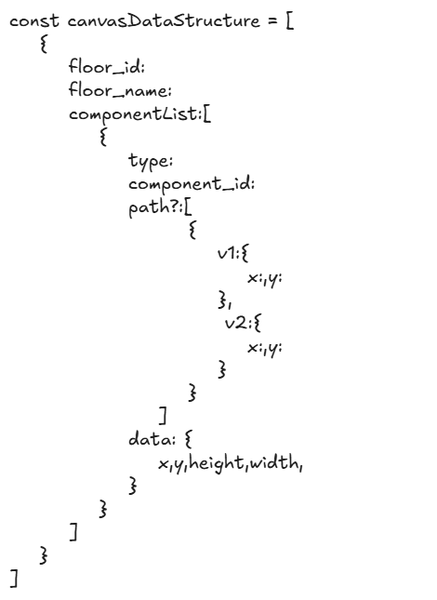
Earlier version of the Excalidraw export canvasDataStrusture.excalidraw.png (Rounak-186/floor-map-maker). Source tidied: one line per element, renumbered; positions are measured from the earlier drawing's top-left corner, leaving out a move shared by most shapes.
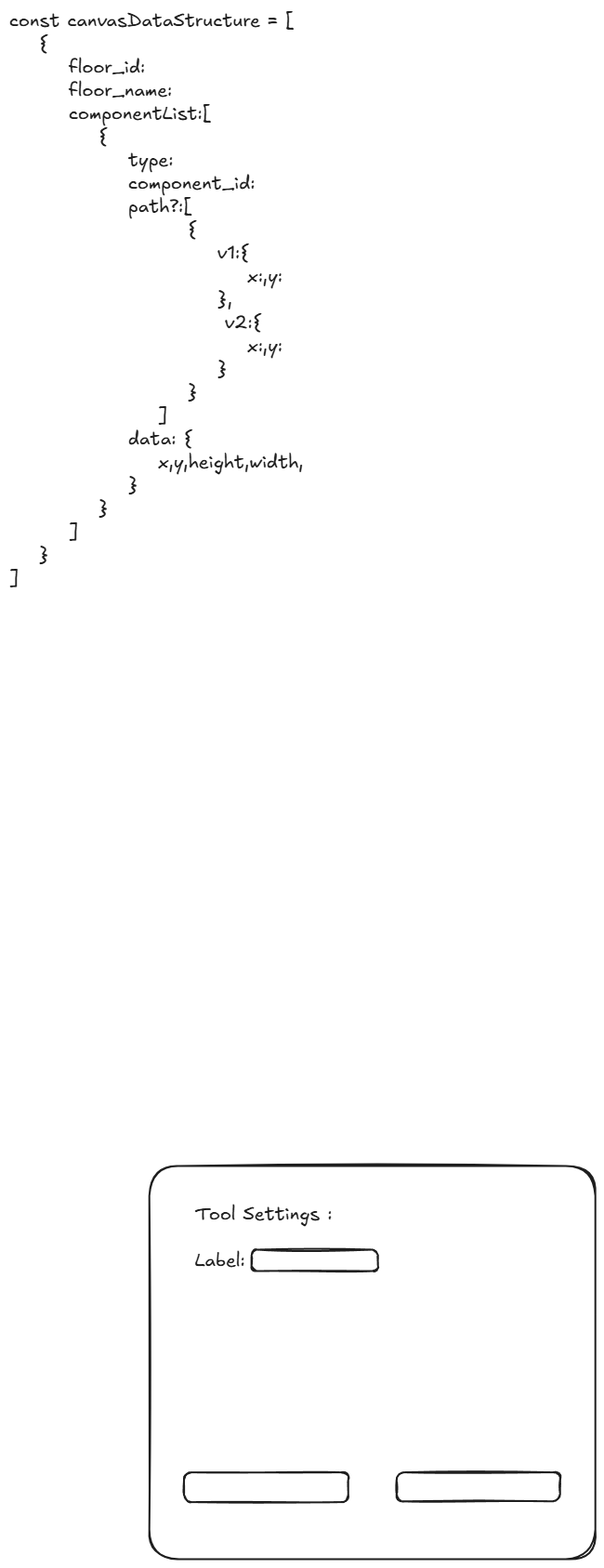
The same diagram one commit later.

Change to the diagram source:
```diff
@@ -1,1 +1,6 @@
 {"id": 0, "type": "text", "text": "const canvasDataStructure = [\n    {\n        floor_id:\n        floor_name:\n        componentList:[\n            {\n                type:\n                component_id:\n                path?:[\n                        {\n                            v1:{\n                                x:,y:\n                            },\n                             v2:{\n                                x:,y:\n                            }\n                        }\n                    ]\n                data: {\n                    x,y,height,width,\n                }\n            }\n        ]\n    }\n]", "strokeColor": "#1e1e1e", "strokeWidth": 2, "roughness": 1, "fontSize": 20, "fontFamily": 5, "x": 0, "y": 0, "width": 450, "height": 625}
+{"id": 1, "type": "rectangle", "strokeColor": "#1e1e1e", "strokeWidth": 2, "roughness": 1, "round": true, "x": 151, "y": 1245, "width": 480, "height": 423}
+{"id": 2, "type": "text", "text": "Tool Settings :\n\nLabel: \n\n\n", "strokeColor": "#1e1e1e", "strokeWidth": 2, "roughness": 1, "fontSize": 20, "fontFamily": 5, "x": 200, "y": 1285, "width": 148, "height": 150}
+{"id": 3, "type": "rectangle", "strokeColor": "#1e1e1e", "strokeWidth": 2, "roughness": 1, "round": true, "x": 261, "y": 1335, "width": 136, "height": 23}
+{"id": 4, "type": "rectangle", "strokeColor": "#1e1e1e", "strokeWidth": 2, "roughness": 1, "round": true, "x": 188, "y": 1574, "width": 177, "height": 32}
+{"id": 5, "type": "rectangle", "strokeColor": "#1e1e1e", "strokeWidth": 2, "roughness": 1, "round": true, "x": 417, "y": 1574, "width": 176, "height": 31}
```
